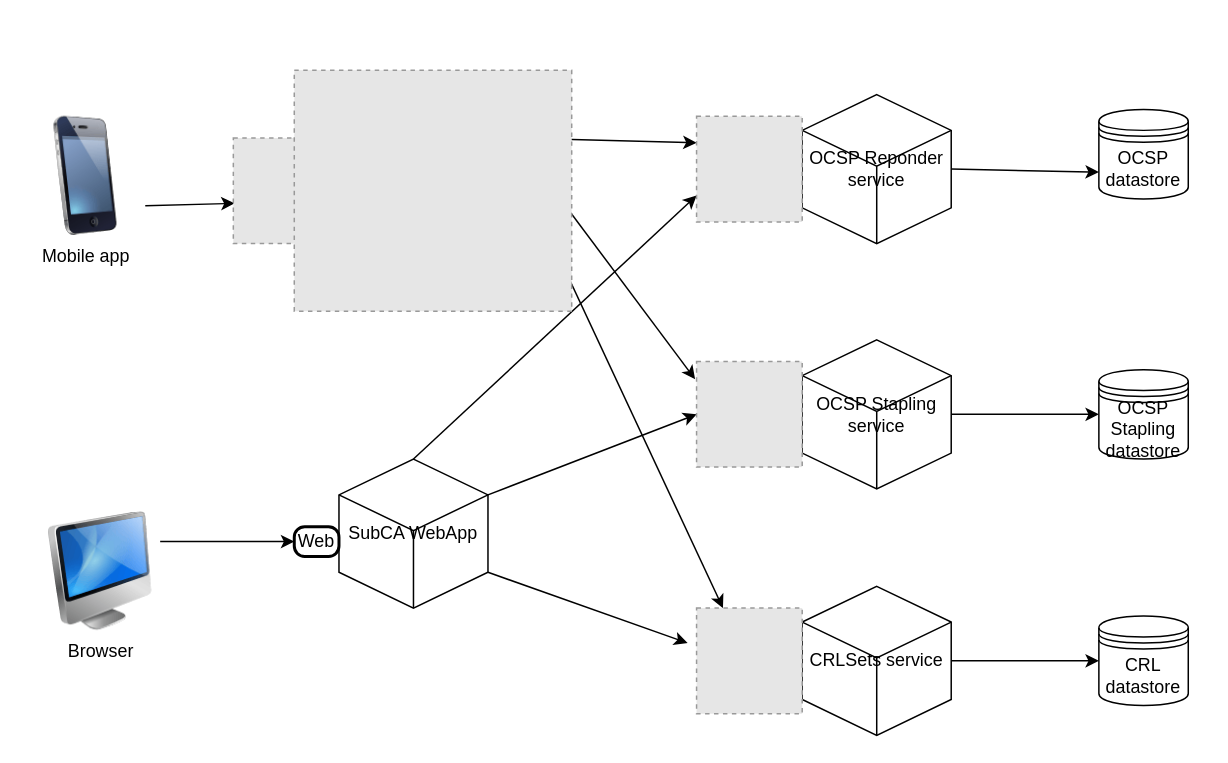
Before: assets/Untitled Diagram.drawio in 000/workshop-todo-native-mobile, a draw.io diagram. Source tidied: cells renumbered, new cells numbered last; positions are measured from the earlier drawing's top-left corner, leaving out a move shared by most shapes. Both pictures are drawn from the tidied source at 149%, with x=0, y=0 at pixel (25, 70). Pictures stored in the file or linked from it are replaced by grey dashed boxes.
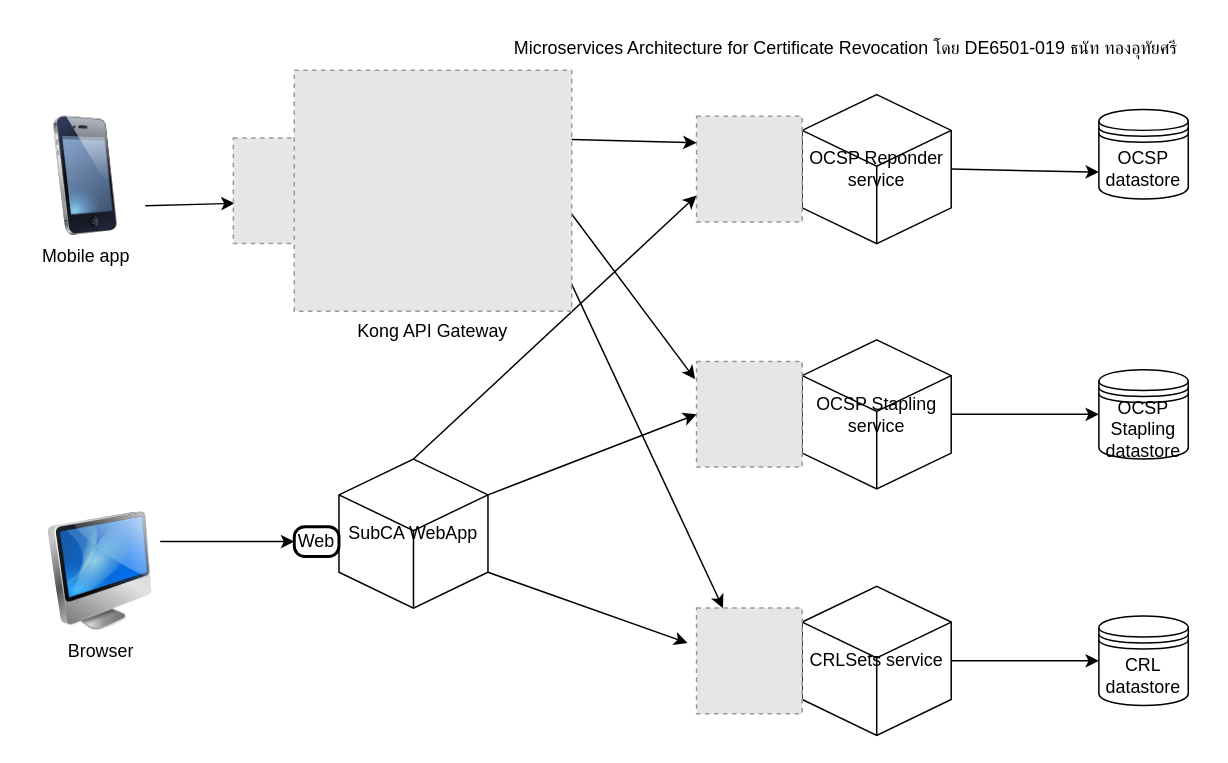
The same page after the edit.

Change to the diagram source:
```diff
@@
-    <mxCell id="27" style="fillColor=#E6E6E6;strokeColor=#999999;dashed=1;verticalLabelPosition=bottom;verticalAlign=top;" parent="1" vertex="1">
+    <mxCell id="27" value="Kong API Gateway" style="fillColor=#E6E6E6;strokeColor=#999999;dashed=1;verticalLabelPosition=bottom;verticalAlign=top;" parent="1" vertex="1">
       <mxGeometry x="180" y="-0.4" width="186.2" height="161.8" as="geometry" />
     </mxCell>
+    <mxCell id="28" value="Microservices Architecture for Certificate Revocation โดย DE6501-019 ธนัท ทองอุทัยศรี" style="text;html=1;align=center;verticalAlign=middle;fillColor=none;strokeColor=none;rounded=0;" parent="1" vertex="1">
+      <mxGeometry x="310" y="-30.4" width="480" height="30" as="geometry" />
+    </mxCell>
```
